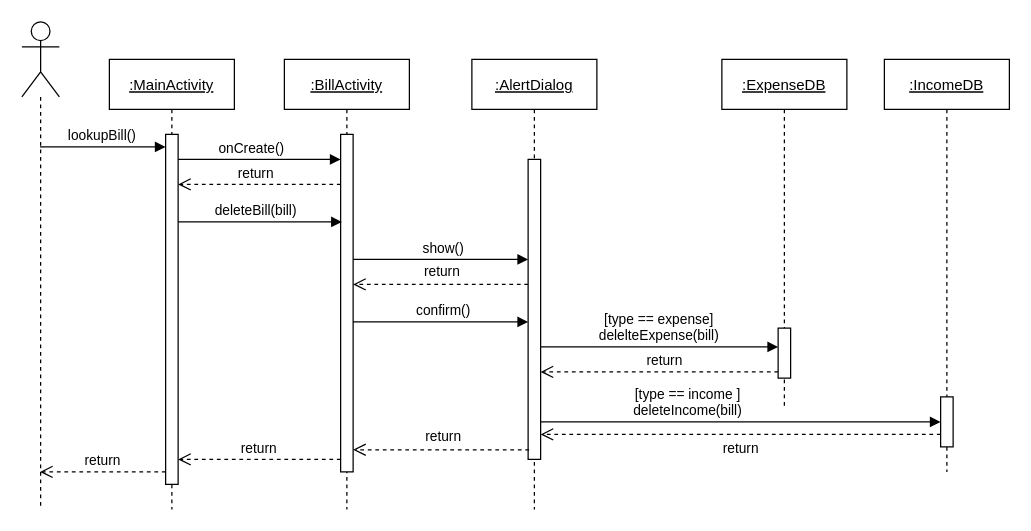
Hengjiu99/UML keeps this draw.io diagram as page "删除账单" (3 of 4) of addBill.drawio. Above is the earlier version. Source tidied: cells renumbered, new cells numbered last; positions are measured from the earlier drawing's top-left corner, leaving out a move shared by most shapes. Both pictures are drawn from the tidied source at 125%, with x=0, y=0 at pixel (21, 21).
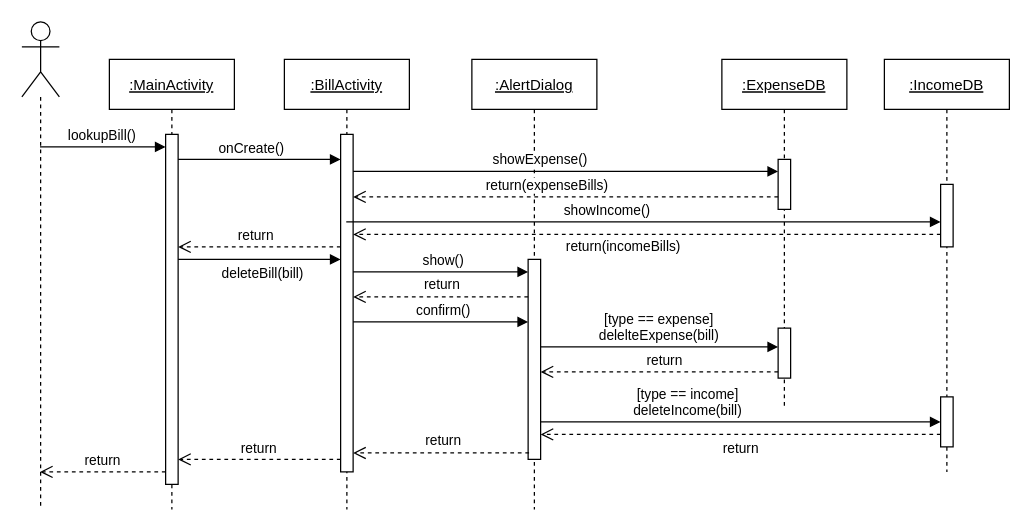
Above is the later version.

Unchanged cells that the change refers to:
```xml
<mxCell id="2" value=":BillActivity" style="shape=umlLifeline;perimeter=lifelinePerimeter;rounded=0;shadow=0;strokeWidth=1;fontStyle=4;" parent="1" vertex="1">
  <mxGeometry x="210" y="30" width="100" height="360" as="geometry" />
</mxCell>
<mxCell id="3" style="points=[];perimeter=orthogonalPerimeter;rounded=0;shadow=0;strokeWidth=1;" parent="2" vertex="1">
  <mxGeometry x="45" y="60" width="10" height="270" as="geometry" />
</mxCell>
<mxCell id="6" value=":AlertDialog" style="shape=umlLifeline;perimeter=lifelinePerimeter;rounded=0;shadow=0;strokeWidth=1;fontStyle=4;" parent="1" vertex="1">
  <mxGeometry x="360" y="30" width="100" height="360" as="geometry" />
</mxCell>
<mxCell id="10" value=":ExpenseDB" style="shape=umlLifeline;perimeter=lifelinePerimeter;rounded=0;shadow=0;strokeWidth=1;fontStyle=4;" parent="1" vertex="1">
  <mxGeometry x="560" y="30" width="100" height="280" as="geometry" />
</mxCell>
<mxCell id="16" value=":IncomeDB" style="shape=umlLifeline;perimeter=lifelinePerimeter;rounded=0;shadow=0;strokeWidth=1;fontStyle=4;" parent="1" vertex="1">
  <mxGeometry x="690" y="30" width="100" height="330" as="geometry" />
</mxCell>
<mxCell id="17" style="points=[];perimeter=orthogonalPerimeter;rounded=0;shadow=0;strokeWidth=1;" parent="16" vertex="1">
  <mxGeometry x="45" y="270" width="10" height="40" as="geometry" />
</mxCell>
<mxCell id="21" value=":MainActivity" style="shape=umlLifeline;perimeter=lifelinePerimeter;rounded=0;shadow=0;strokeWidth=1;fontStyle=4;" parent="1" vertex="1">
  <mxGeometry x="70" y="30" width="100" height="360" as="geometry" />
</mxCell>
<mxCell id="22" style="points=[];perimeter=orthogonalPerimeter;rounded=0;shadow=0;strokeWidth=1;" parent="21" vertex="1">
  <mxGeometry x="45" y="60" width="10" height="280" as="geometry" />
</mxCell>
```

Change to the diagram source:
```diff
@@
-    <mxCell id="4" value="deleteBill(bill)" style="verticalAlign=bottom;endArrow=block;shadow=0;strokeWidth=1;" parent="2" edge="1" source="21">
-      <mxGeometry relative="1" as="geometry">
-        <mxPoint x="46" y="130" as="targetPoint" />
-      </mxGeometry>
-    </mxCell>
@@
     <mxCell id="7" style="points=[];perimeter=orthogonalPerimeter;rounded=0;shadow=0;strokeWidth=1;" parent="6" vertex="1">
-      <mxGeometry x="45" y="80" width="10" height="240" as="geometry" />
+      <mxGeometry x="45" y="160" width="10" height="160" as="geometry" />
     </mxCell>
     <mxCell id="8" style="verticalAlign=bottom;endArrow=block;shadow=0;strokeWidth=1;" parent="1" edge="1" source="3" target="7">
       <mxGeometry relative="1" as="geometry">
         <Array as="points">
-          <mxPoint x="390" y="190" />
+          <mxPoint x="390" y="200" />
         </Array>
       </mxGeometry>
     </mxCell>
@@
+    <mxCell id="29" style="points=[];perimeter=orthogonalPerimeter;rounded=0;shadow=0;strokeWidth=1;" parent="10" vertex="1">
+      <mxGeometry x="45" y="80" width="10" height="40" as="geometry" />
+    </mxCell>
@@
+    <mxCell id="30" style="points=[];perimeter=orthogonalPerimeter;rounded=0;shadow=0;strokeWidth=1;" parent="16" vertex="1">
+      <mxGeometry x="45" y="100" width="10" height="50" as="geometry" />
+    </mxCell>
-    <mxCell id="18" value="[type == income ]&#10;deleteIncome(bill)" style="verticalAlign=bottom;endArrow=block;shadow=0;strokeWidth=1;" parent="1" edge="1" source="7" target="17">
+    <mxCell id="18" value="[type == income]&#10;deleteIncome(bill)" style="verticalAlign=bottom;endArrow=block;shadow=0;strokeWidth=1;" parent="1" edge="1" source="7" target="17">
       <mxGeometry x="-0.26" relative="1" as="geometry">
         <Array as="points">
           <mxPoint x="530" y="320" />
         </Array>
       </mxGeometry>
     </mxCell>
@@
     <mxCell id="23" value="return" style="html=1;verticalAlign=bottom;endArrow=open;dashed=1;endSize=8;rounded=0;" parent="1" edge="1" source="7" target="3">
       <mxGeometry x="-0.02" y="-1" relative="1" as="geometry">
         <Array as="points">
-          <mxPoint x="370" y="210" />
-          <mxPoint x="280" y="210" />
+          <mxPoint x="370" y="220" />
         </Array>
       </mxGeometry>
     </mxCell>
@@
     <mxCell id="25" value="return" style="html=1;verticalAlign=bottom;endArrow=open;dashed=1;endSize=8;rounded=0;" parent="1" edge="1" source="3" target="22">
       <mxGeometry x="0.04" relative="1" as="geometry">
         <Array as="points">
-          <mxPoint x="210" y="130" />
-          <mxPoint x="160" y="130" />
+          <mxPoint x="230" y="180" />
+          <mxPoint x="160" y="180" />
         </Array>
       </mxGeometry>
     </mxCell>
@@
+    <mxCell id="31" value="return(expenseBills)" style="html=1;verticalAlign=bottom;endArrow=open;dashed=1;endSize=8;rounded=0;" parent="1" edge="1" source="29" target="3">
+      <mxGeometry x="0.09" relative="1" as="geometry">
+        <Array as="points">
+          <mxPoint x="580" y="140" />
+        </Array>
+      </mxGeometry>
+    </mxCell>
+    <mxCell id="4" value="deleteBill(bill)" style="verticalAlign=bottom;endArrow=block;shadow=0;strokeWidth=1;" parent="1" edge="1" source="22" target="3">
+      <mxGeometry x="0.04" y="-20" relative="1" as="geometry">
+        <Array as="points">
+          <mxPoint x="160" y="190" />
+          <mxPoint x="230" y="190" />
+        </Array>
+      </mxGeometry>
+    </mxCell>
+    <mxCell id="32" value="return(incomeBills)" style="html=1;verticalAlign=bottom;endArrow=open;dashed=1;endSize=8;rounded=0;" parent="1" edge="1" source="30" target="3">
+      <mxGeometry x="0.08" y="19" relative="1" as="geometry">
+        <Array as="points">
+          <mxPoint x="700" y="170" />
+          <mxPoint x="320" y="170" />
+        </Array>
+      </mxGeometry>
+    </mxCell>
+    <mxCell id="33" value="showExpense()" style="verticalAlign=bottom;endArrow=block;shadow=0;strokeWidth=1;" parent="1" edge="1" source="3" target="29">
+      <mxGeometry x="-0.12" relative="1" as="geometry">
+        <Array as="points">
+          <mxPoint x="375" y="119.6" />
+          <mxPoint x="575" y="119.6" />
+        </Array>
+      </mxGeometry>
+    </mxCell>
+    <mxCell id="34" value="showIncome()" style="verticalAlign=bottom;endArrow=block;shadow=0;strokeWidth=1;" parent="1" edge="1" source="2" target="30">
+      <mxGeometry x="-0.12" relative="1" as="geometry">
+        <Array as="points">
+          <mxPoint x="380" y="160" />
+          <mxPoint x="480" y="160" />
+          <mxPoint x="660" y="160" />
+        </Array>
+      </mxGeometry>
+    </mxCell>
```
